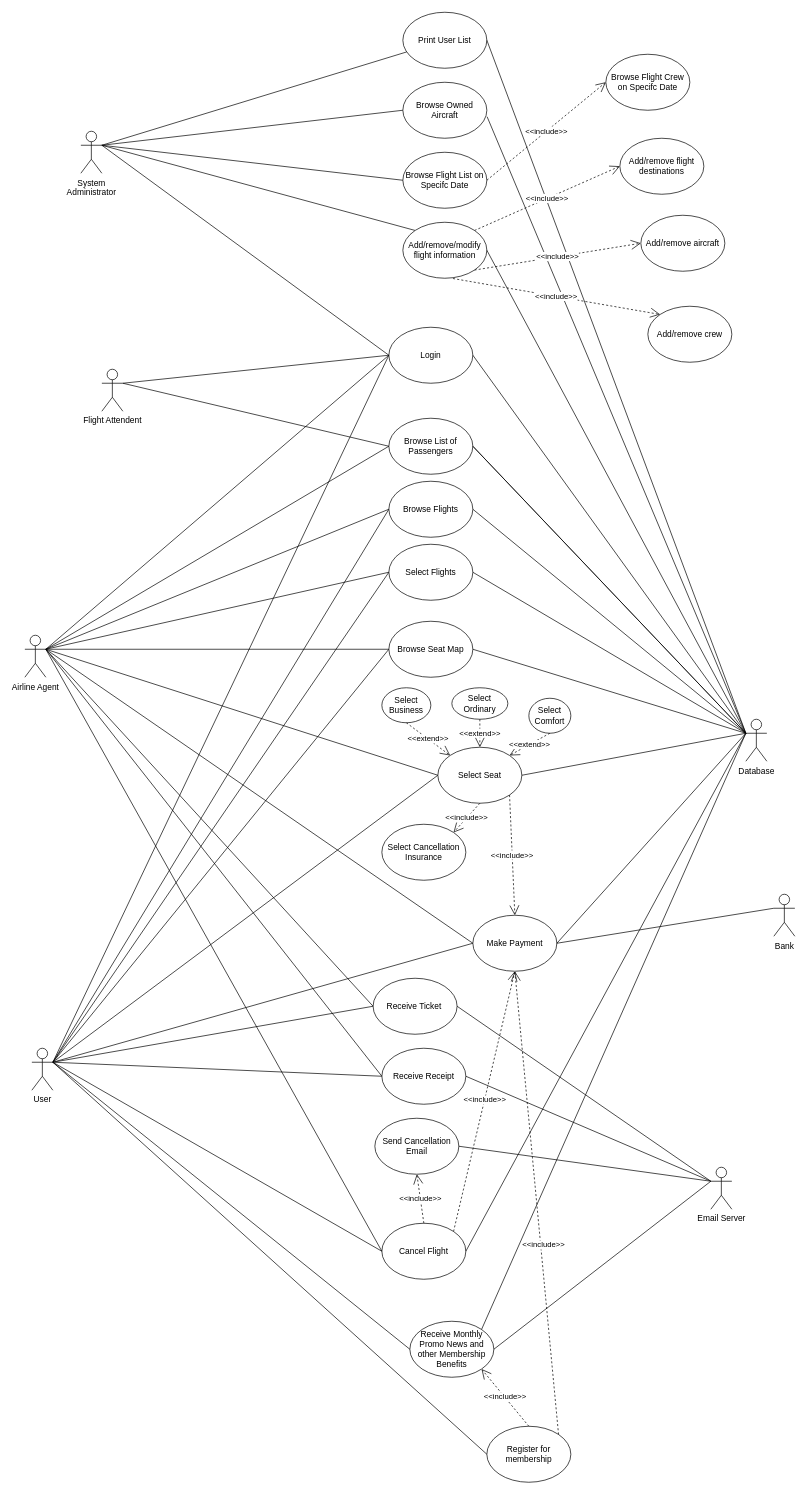
Earlier version of the draw.io diagram Design Phase/Use Case Diagram/use-case-3.drawio (tamikazi/Flight-Reservation-Web-App). Source tidied: cells renumbered, new cells numbered last; positions are measured from the earlier drawing's top-left corner, leaving out a move shared by most shapes. Both pictures are drawn from the tidied source at 70%, with x=0, y=0 at pixel (24, 12).
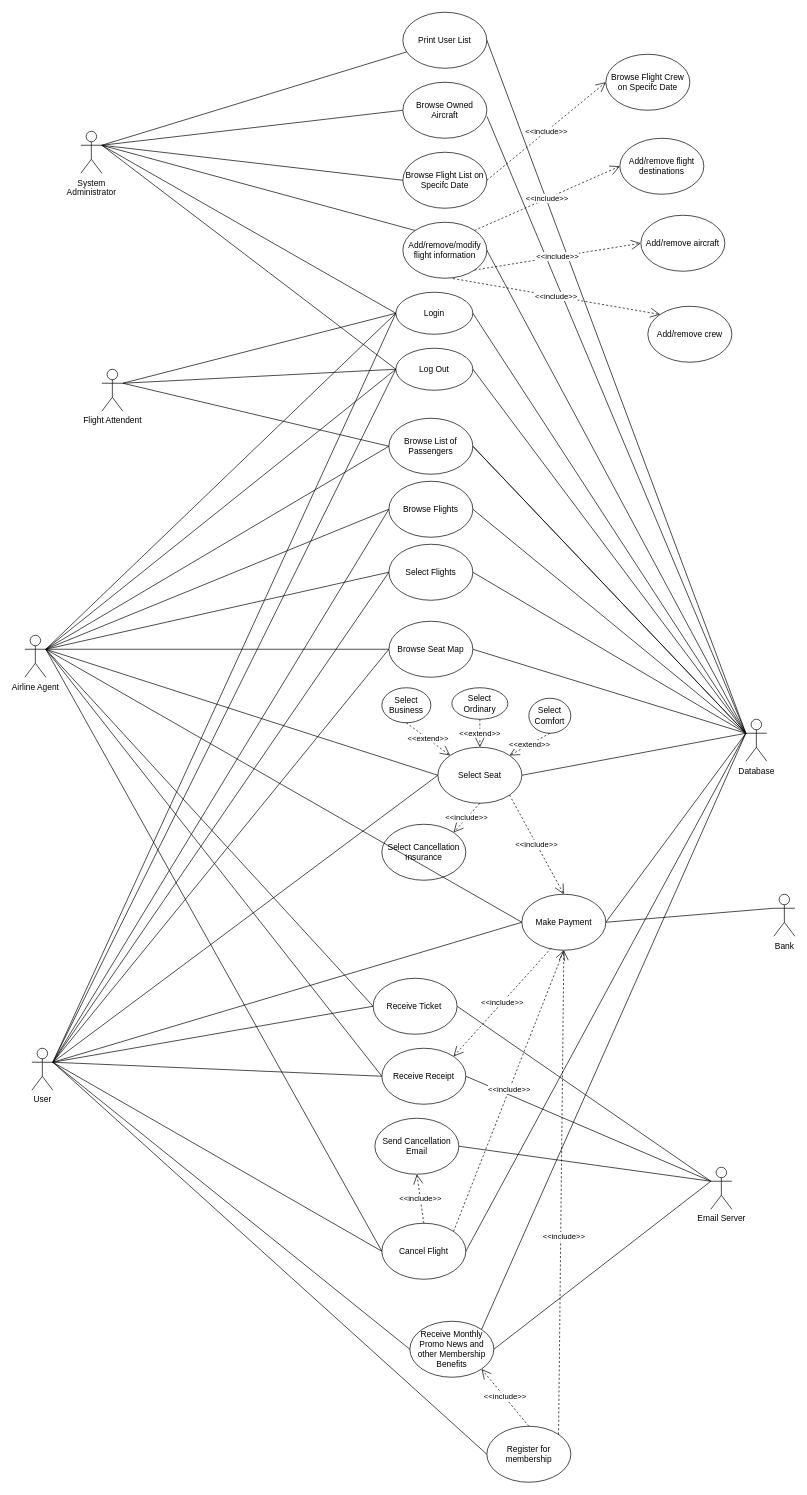
The same diagram, later.

Commit message (it also covers changes not shown here):
added Log Out use case

The change refers to these unchanged cells:
```xml
<mxCell id="4" value="User" style="shape=umlActor;verticalLabelPosition=bottom;verticalAlign=top;html=1;outlineConnect=0;" parent="1" vertex="1">
  <mxGeometry x="10" y="1480" width="30" height="60" as="geometry" />
</mxCell>
<mxCell id="7" value="Database" style="shape=umlActor;verticalLabelPosition=bottom;verticalAlign=top;html=1;outlineConnect=0;" parent="1" vertex="1">
  <mxGeometry x="1030" y="1010" width="30" height="60" as="geometry" />
</mxCell>
<mxCell id="12" value="System&lt;br&gt;Administrator" style="shape=umlActor;verticalLabelPosition=bottom;verticalAlign=top;html=1;outlineConnect=0;" parent="1" vertex="1">
  <mxGeometry x="80" y="170" width="30" height="60" as="geometry" />
</mxCell>
<mxCell id="31" value="Receive Receipt" style="ellipse;whiteSpace=wrap;html=1;" parent="1" vertex="1">
  <mxGeometry x="510" y="1480" width="120" height="80" as="geometry" />
</mxCell>
<mxCell id="42" value="Airline Agent" style="shape=umlActor;verticalLabelPosition=bottom;verticalAlign=top;html=1;outlineConnect=0;" parent="1" vertex="1">
  <mxGeometry y="890" width="30" height="60" as="geometry" />
</mxCell>
<mxCell id="46" value="Flight Attendent" style="shape=umlActor;verticalLabelPosition=bottom;verticalAlign=top;html=1;outlineConnect=0;" parent="1" vertex="1">
  <mxGeometry x="110" y="510" width="30" height="60" as="geometry" />
</mxCell>
```

The edit, as a diff of the source:
```diff
@@
     <mxCell id="9" value="Login" style="ellipse;whiteSpace=wrap;html=1;" parent="1" vertex="1">
-      <mxGeometry x="520" y="450" width="120" height="80" as="geometry" />
+      <mxGeometry x="530" y="400" width="110" height="60" as="geometry" />
     </mxCell>
@@
     <mxCell id="15" value="Make Payment" style="ellipse;whiteSpace=wrap;html=1;" parent="1" vertex="1">
-      <mxGeometry x="640" y="1290" width="120" height="80" as="geometry" />
+      <mxGeometry x="710" y="1260" width="120" height="80" as="geometry" />
     </mxCell>
@@
+    <mxCell id="93" value="Log Out" style="ellipse;whiteSpace=wrap;html=1;" parent="1" vertex="1">
+      <mxGeometry x="530" y="480" width="110" height="60" as="geometry" />
+    </mxCell>
+    <mxCell id="94" style="edgeStyle=none;shape=connector;rounded=0;jettySize=auto;html=1;exitX=0;exitY=0.5;exitDx=0;exitDy=0;entryX=1;entryY=0.3333333333333333;entryDx=0;entryDy=0;entryPerimeter=0;labelBackgroundColor=default;strokeColor=default;align=center;verticalAlign=middle;fontFamily=Helvetica;fontSize=11;fontColor=default;endArrow=none;endFill=0;" parent="1" edge="1" source="93" target="12">
+      <mxGeometry relative="1" as="geometry" />
+    </mxCell>
+    <mxCell id="95" style="edgeStyle=none;shape=connector;rounded=0;jettySize=auto;html=1;exitX=0;exitY=0.5;exitDx=0;exitDy=0;entryX=1;entryY=0.3333333333333333;entryDx=0;entryDy=0;entryPerimeter=0;labelBackgroundColor=default;strokeColor=default;align=center;verticalAlign=middle;fontFamily=Helvetica;fontSize=11;fontColor=default;endArrow=none;endFill=0;" parent="1" edge="1" source="93" target="46">
+      <mxGeometry relative="1" as="geometry" />
+    </mxCell>
+    <mxCell id="96" style="edgeStyle=none;shape=connector;rounded=0;jettySize=auto;html=1;exitX=0;exitY=0.5;exitDx=0;exitDy=0;labelBackgroundColor=default;strokeColor=default;align=center;verticalAlign=middle;fontFamily=Helvetica;fontSize=11;fontColor=default;endArrow=none;endFill=0;entryX=1;entryY=0.3333333333333333;entryDx=0;entryDy=0;entryPerimeter=0;" parent="1" edge="1" source="93" target="42">
+      <mxGeometry relative="1" as="geometry" />
+    </mxCell>
+    <mxCell id="97" style="edgeStyle=none;shape=connector;rounded=0;jettySize=auto;html=1;labelBackgroundColor=default;strokeColor=default;align=center;verticalAlign=middle;fontFamily=Helvetica;fontSize=11;fontColor=default;endArrow=none;endFill=0;exitX=0;exitY=0.5;exitDx=0;exitDy=0;entryX=1;entryY=0.3333333333333333;entryDx=0;entryDy=0;entryPerimeter=0;" parent="1" edge="1" source="93" target="4">
+      <mxGeometry relative="1" as="geometry" />
+    </mxCell>
+    <mxCell id="98" style="endArrow=none;html=1;rounded=0;exitX=1;exitY=0.5;exitDx=0;exitDy=0;entryX=0;entryY=0.3333333333333333;entryDx=0;entryDy=0;entryPerimeter=0;" parent="1" edge="1" source="93" target="7">
+      <mxGeometry relative="1" as="geometry" />
+    </mxCell>
+    <mxCell id="99" value="&amp;lt;&amp;lt;include&amp;gt;&amp;gt;" style="endArrow=open;endSize=12;dashed=1;html=1;rounded=0;entryX=1;entryY=0;entryDx=0;entryDy=0;exitX=0.35;exitY=0.961;exitDx=0;exitDy=0;exitPerimeter=0;" parent="1" edge="1" source="15" target="31">
+      <mxGeometry relative="1" as="geometry" />
+    </mxCell>
```
